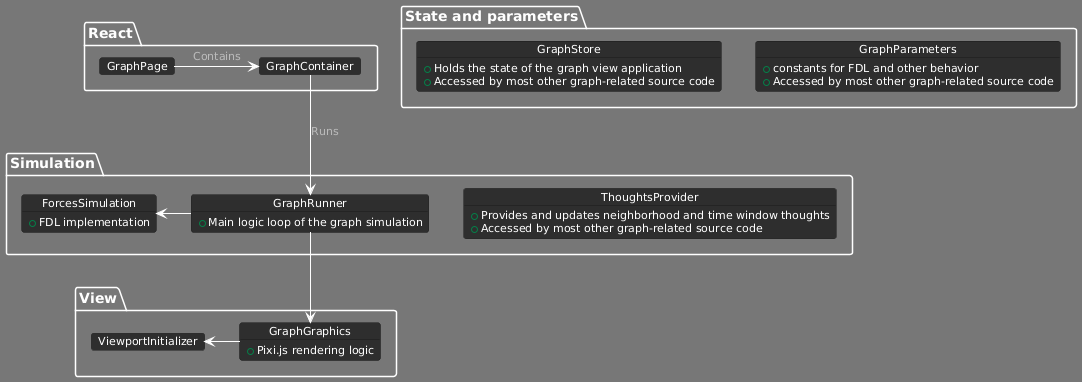
Before: AfantazieThesis/img/afantazie_frontend_architecture.png, a diagram exported from PlantUML (0rbit3r/afantazie_bachelors_thesis).
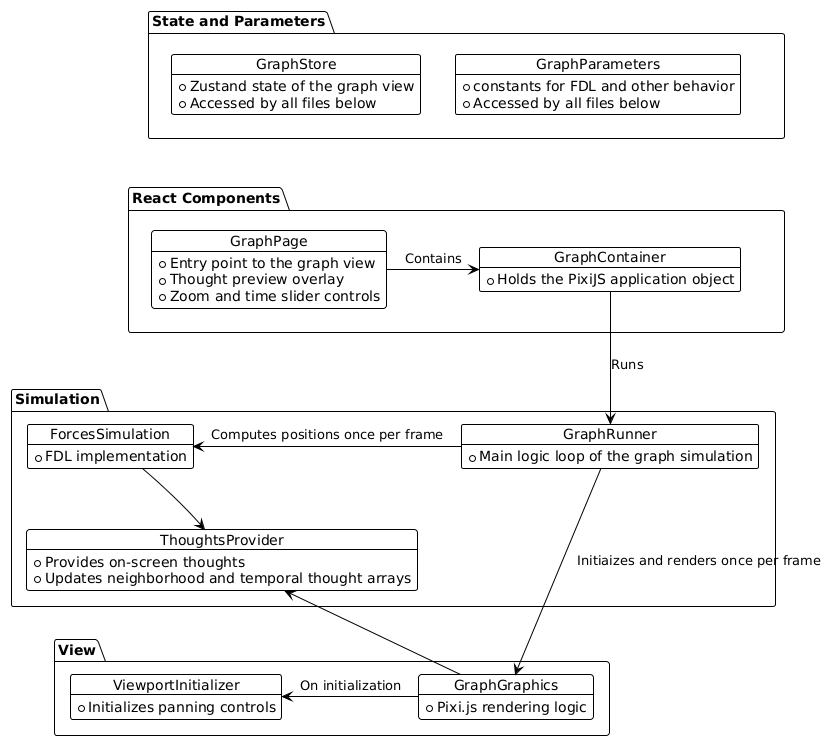
The same diagram one commit later.

The edit, as a diff of the source:
```diff
@@ -1,24 +1,28 @@
 @startuml
-!theme reddress-darkblue
+!theme plain
 hide empty members
 
-package React {
+package "React Components" {
   object GraphPage {
++ Entry point to the graph view
++ Thought preview overlay
++ Zoom and time slider controls
   }
 
   object GraphContainer {
++ Holds the PixiJS application object
   }
 }
 
 
-package "State and parameters" {
+package "State and Parameters" {
   object GraphStore {
-+ Holds the state of the graph view application
-+ Accessed by most other graph-related source code
++ Zustand state of the graph view
++ Accessed by all files below
   }
   object GraphParameters {
 + constants for FDL and other behavior
-+ Accessed by most other graph-related source code
++ Accessed by all files below
   }
 }
 
@@ -31,8 +35,8 @@
 + FDL implementation
   }
   object ThoughtsProvider {
-+ Provides and updates neighborhood and time window thoughts
-+ Accessed by most other graph-related source code
++ Provides on-screen thoughts
++ Updates neighborhood and temporal thought arrays
   }
 }
 
@@ -41,13 +45,18 @@
 + Pixi.js rendering logic
   }
   object ViewportInitializer {
++ Initializes panning controls
   }
 }
 
 
+"ForcesSimulation" <-[hidden]- "ThoughtsProvider"
 GraphPage -> GraphContainer : "Contains"
 GraphContainer --> GraphRunner : "Runs"
-GraphRunner --> GraphGraphics
-ViewportInitializer <- GraphGraphics
-ForcesSimulation <- GraphRunner
+GraphRunner ---> GraphGraphics : "Initiaizes and renders once per frame"
+ViewportInitializer <- GraphGraphics: "On initialization"
+ForcesSimulation <- GraphRunner : "Computes positions once per frame"
+"State and Parameters" <--[hidden] "React Components"
+ThoughtsProvider <- GraphGraphics
+ThoughtsProvider <-- ForcesSimulation
 @enduml
```
